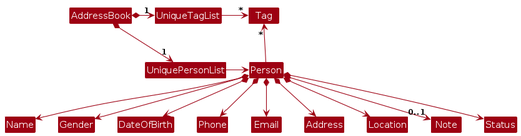
The PlantUML diagram diagrams/BetterModelClassDiagram.png in prickloll/tp, before a commit. Its source is kept beside it as diagrams/BetterModelClassDiagram.puml.
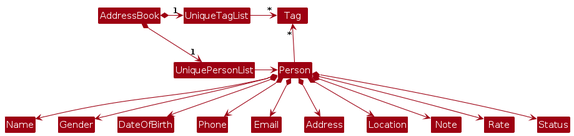
After the commit.

What changed in the source:
```diff
@@ -21,6 +21,7 @@
 Person *--> Email
 Person *--> Address
 Person *--> Location
-Person *--> "0..1" Note
+Person *--> Note
+Person *--> Rate
 Person *--> Status
 @enduml
```
